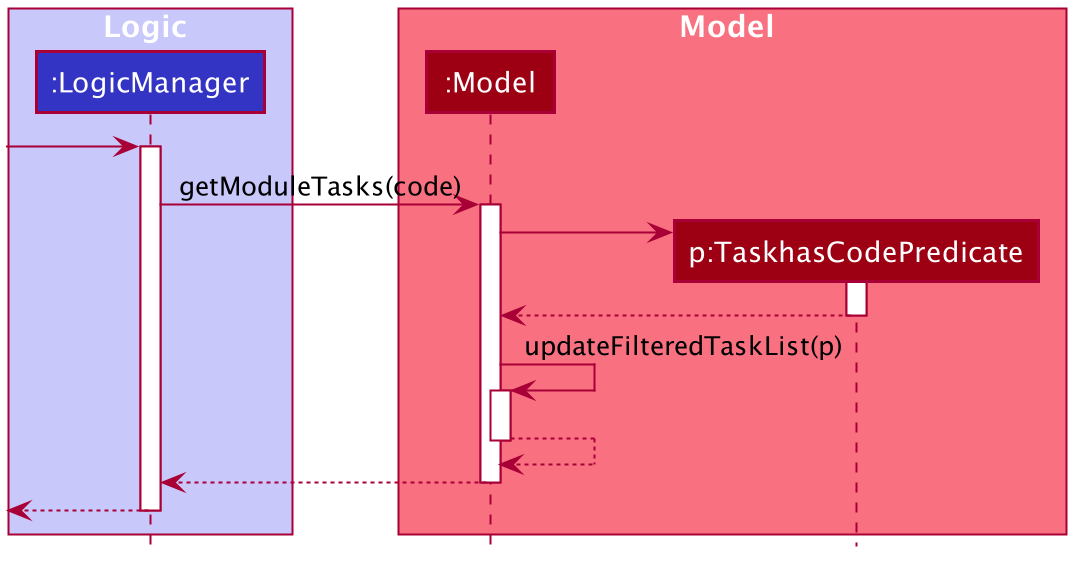
Before: docs/images/GetModuleTasksSequenceDiagram.png, a diagram exported from PlantUML (simonteozw/tp).
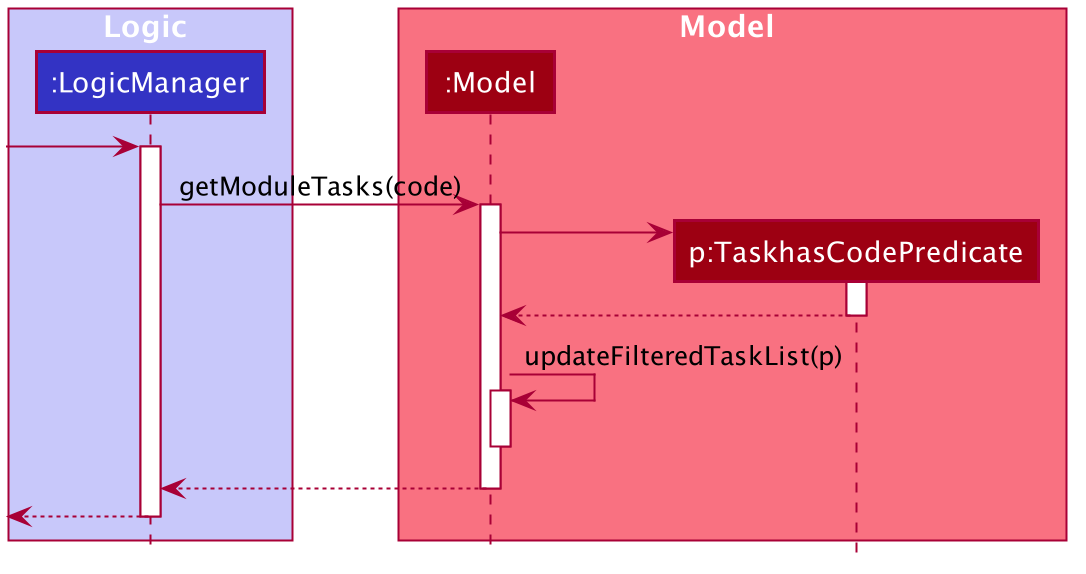
After the change.

Commit message:
Improve sequence diagrams

What changed in the source:
```diff
@@ -17,6 +17,8 @@
     BorderColor #FFFFFF
     StereotypeFontColor #FFFFFF
     FontName Arial
+    AttributeFontColor #FFFFFF
+    AttributeIconSize 0
 }
 
 skinparam Actor {
@@ -73,7 +75,6 @@
 Model -> Model : updateFilteredTaskList(p)
 activate Model
 
-Model --> Model
 deactivate Model
 
 Model --> LogicManager
```
